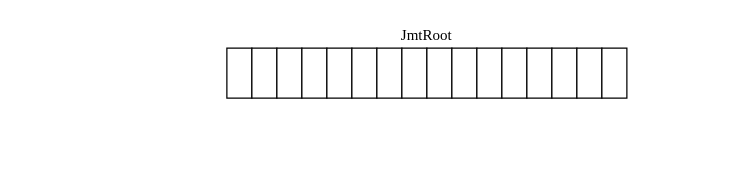
Earlier version of the draw.io diagram JMT.drawio (pietro-celati/Jellyfish-Merkle-Tree). Source tidied: cells renumbered, new cells numbered last; positions are measured from the earlier drawing's top-left corner, leaving out a move shared by most shapes. Both pictures are drawn from the tidied source at 125%, with x=0, y=0 at pixel (226, 22).
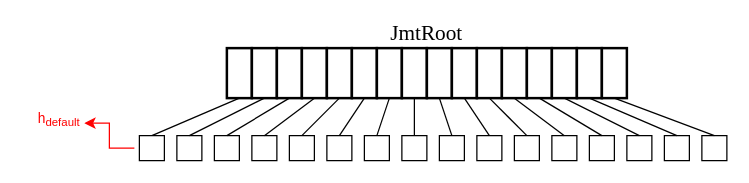
Above is the later version.

Diff of the diagram source:
```diff
@@
-    <mxCell id="2" style="group;" parent="1" vertex="1">
+    <mxCell id="2" style="group;strokeWidth=2;" parent="1" vertex="1">
       <mxGeometry y="20" width="320" height="40" as="geometry" />
     </mxCell>
-    <mxCell id="3" style="rounded=0;whiteSpace=wrap;html=1;" parent="2" vertex="1">
+    <mxCell id="3" style="rounded=0;whiteSpace=wrap;html=1;strokeWidth=2;" parent="2" vertex="1">
       <mxGeometry width="20" height="40" as="geometry" />
     </mxCell>
-    <mxCell id="4" style="rounded=0;whiteSpace=wrap;html=1;" parent="2" vertex="1">
+    <mxCell id="4" style="rounded=0;whiteSpace=wrap;html=1;strokeWidth=2;" parent="2" vertex="1">
       <mxGeometry x="20" width="20" height="40" as="geometry" />
     </mxCell>
-    <mxCell id="5" style="rounded=0;whiteSpace=wrap;html=1;" parent="2" vertex="1">
+    <mxCell id="5" style="rounded=0;whiteSpace=wrap;html=1;strokeWidth=2;" parent="2" vertex="1">
       <mxGeometry x="40" width="20" height="40" as="geometry" />
     </mxCell>
-    <mxCell id="6" style="rounded=0;whiteSpace=wrap;html=1;" parent="2" vertex="1">
+    <mxCell id="6" style="rounded=0;whiteSpace=wrap;html=1;strokeWidth=2;" parent="2" vertex="1">
       <mxGeometry x="60" width="20" height="40" as="geometry" />
     </mxCell>
-    <mxCell id="7" style="rounded=0;whiteSpace=wrap;html=1;" parent="2" vertex="1">
+    <mxCell id="7" style="rounded=0;whiteSpace=wrap;html=1;strokeWidth=2;" parent="2" vertex="1">
       <mxGeometry x="80" width="20" height="40" as="geometry" />
     </mxCell>
-    <mxCell id="8" style="rounded=0;whiteSpace=wrap;html=1;" parent="2" vertex="1">
+    <mxCell id="8" style="rounded=0;whiteSpace=wrap;html=1;strokeWidth=2;" parent="2" vertex="1">
       <mxGeometry x="100" width="20" height="40" as="geometry" />
     </mxCell>
-    <mxCell id="9" style="rounded=0;whiteSpace=wrap;html=1;" parent="2" vertex="1">
+    <mxCell id="9" style="rounded=0;whiteSpace=wrap;html=1;strokeWidth=2;" parent="2" vertex="1">
       <mxGeometry x="120" width="20" height="40" as="geometry" />
     </mxCell>
-    <mxCell id="10" style="rounded=0;whiteSpace=wrap;html=1;" parent="2" vertex="1">
+    <mxCell id="10" style="rounded=0;whiteSpace=wrap;html=1;strokeWidth=2;" parent="2" vertex="1">
       <mxGeometry x="140" width="20" height="40" as="geometry" />
     </mxCell>
-    <mxCell id="11" style="rounded=0;whiteSpace=wrap;html=1;" parent="2" vertex="1">
+    <mxCell id="11" style="rounded=0;whiteSpace=wrap;html=1;strokeWidth=2;" parent="2" vertex="1">
       <mxGeometry x="160" width="20" height="40" as="geometry" />
     </mxCell>
-    <mxCell id="12" style="rounded=0;whiteSpace=wrap;html=1;" parent="2" vertex="1">
+    <mxCell id="12" style="rounded=0;whiteSpace=wrap;html=1;strokeWidth=2;" parent="2" vertex="1">
       <mxGeometry x="180" width="20" height="40" as="geometry" />
     </mxCell>
-    <mxCell id="13" style="rounded=0;whiteSpace=wrap;html=1;" parent="2" vertex="1">
+    <mxCell id="13" style="rounded=0;whiteSpace=wrap;html=1;strokeWidth=2;" parent="2" vertex="1">
       <mxGeometry x="200" width="20" height="40" as="geometry" />
     </mxCell>
-    <mxCell id="14" style="rounded=0;whiteSpace=wrap;html=1;" parent="2" vertex="1">
+    <mxCell id="14" style="rounded=0;whiteSpace=wrap;html=1;strokeWidth=2;" parent="2" vertex="1">
       <mxGeometry x="220" width="20" height="40" as="geometry" />
     </mxCell>
-    <mxCell id="15" style="rounded=0;whiteSpace=wrap;html=1;" parent="2" vertex="1">
+    <mxCell id="15" style="rounded=0;whiteSpace=wrap;html=1;strokeWidth=2;" parent="2" vertex="1">
       <mxGeometry x="240" width="20" height="40" as="geometry" />
     </mxCell>
-    <mxCell id="16" style="rounded=0;whiteSpace=wrap;html=1;" parent="2" vertex="1">
+    <mxCell id="16" style="rounded=0;whiteSpace=wrap;html=1;strokeWidth=2;" parent="2" vertex="1">
       <mxGeometry x="260" width="20" height="40" as="geometry" />
     </mxCell>
-    <mxCell id="17" style="rounded=0;whiteSpace=wrap;html=1;" parent="2" vertex="1">
+    <mxCell id="17" style="rounded=0;whiteSpace=wrap;html=1;strokeWidth=2;" parent="2" vertex="1">
       <mxGeometry x="280" width="20" height="40" as="geometry" />
     </mxCell>
-    <mxCell id="18" style="rounded=0;whiteSpace=wrap;html=1;" parent="2" vertex="1">
+    <mxCell id="18" style="rounded=0;whiteSpace=wrap;html=1;strokeWidth=2;" parent="2" vertex="1">
       <mxGeometry x="300" width="20" height="40" as="geometry" />
     </mxCell>
-    <mxCell id="19" value="JmtRoot" style="text;html=1;align=center;verticalAlign=middle;whiteSpace=wrap;rounded=0;fontFamily=Times New Roman;" parent="1" vertex="1">
-      <mxGeometry x="130" width="60" height="20" as="geometry" />
+    <mxCell id="19" value="JmtRoot" style="text;html=1;align=center;verticalAlign=middle;whiteSpace=wrap;rounded=0;fontFamily=Times New Roman;fontSize=17;" parent="1" vertex="1">
+      <mxGeometry x="130" y="-1" width="60" height="20" as="geometry" />
     </mxCell>
+    <mxCell id="20" style="endArrow=none;html=1;rounded=0;exitX=0.5;exitY=0;exitDx=0;exitDy=0;entryX=0.5;entryY=1;entryDx=0;entryDy=0;" parent="1" edge="1" source="21" target="3">
+      <mxGeometry relative="1" as="geometry" />
+    </mxCell>
+    <mxCell id="21" style="rounded=0;whiteSpace=wrap;html=1;" parent="1" vertex="1">
+      <mxGeometry x="-70" y="90" width="20" height="20" as="geometry" />
+    </mxCell>
+    <mxCell id="22" style="rounded=0;whiteSpace=wrap;html=1;" parent="1" vertex="1">
+      <mxGeometry x="-40" y="90" width="20" height="20" as="geometry" />
+    </mxCell>
+    <mxCell id="23" style="endArrow=none;html=1;rounded=0;entryX=0.5;entryY=1;entryDx=0;entryDy=0;exitX=0.5;exitY=0;exitDx=0;exitDy=0;" parent="1" edge="1" source="22" target="4">
+      <mxGeometry relative="1" as="geometry" />
+    </mxCell>
+    <mxCell id="24" style="rounded=0;whiteSpace=wrap;html=1;" parent="1" vertex="1">
+      <mxGeometry x="-10" y="90" width="20" height="20" as="geometry" />
+    </mxCell>
+    <mxCell id="25" style="endArrow=none;html=1;rounded=0;entryX=0.5;entryY=1;entryDx=0;entryDy=0;exitX=0.5;exitY=0;exitDx=0;exitDy=0;" parent="1" edge="1" source="24" target="5">
+      <mxGeometry relative="1" as="geometry" />
+    </mxCell>
+    <mxCell id="26" style="rounded=0;whiteSpace=wrap;html=1;" parent="1" vertex="1">
+      <mxGeometry x="20" y="90" width="20" height="20" as="geometry" />
+    </mxCell>
+    <mxCell id="27" style="endArrow=none;html=1;rounded=0;entryX=0.5;entryY=1;entryDx=0;entryDy=0;exitX=0.5;exitY=0;exitDx=0;exitDy=0;" parent="1" edge="1" source="26" target="6">
+      <mxGeometry relative="1" as="geometry" />
+    </mxCell>
+    <mxCell id="28" style="rounded=0;whiteSpace=wrap;html=1;" parent="1" vertex="1">
+      <mxGeometry x="50" y="90" width="20" height="20" as="geometry" />
+    </mxCell>
+    <mxCell id="29" style="endArrow=none;html=1;rounded=0;entryX=0.5;entryY=1;entryDx=0;entryDy=0;exitX=0.5;exitY=0;exitDx=0;exitDy=0;" parent="1" edge="1" source="28" target="7">
+      <mxGeometry relative="1" as="geometry" />
+    </mxCell>
+    <mxCell id="30" style="rounded=0;whiteSpace=wrap;html=1;" parent="1" vertex="1">
+      <mxGeometry x="80" y="90" width="20" height="20" as="geometry" />
+    </mxCell>
+    <mxCell id="31" style="endArrow=none;html=1;rounded=0;entryX=0.5;entryY=1;entryDx=0;entryDy=0;exitX=0.5;exitY=0;exitDx=0;exitDy=0;" parent="1" edge="1" source="30" target="8">
+      <mxGeometry relative="1" as="geometry" />
+    </mxCell>
+    <mxCell id="32" style="rounded=0;whiteSpace=wrap;html=1;" parent="1" vertex="1">
+      <mxGeometry x="110" y="90" width="20" height="20" as="geometry" />
+    </mxCell>
+    <mxCell id="33" style="endArrow=none;html=1;rounded=0;entryX=0.5;entryY=1;entryDx=0;entryDy=0;exitX=0.5;exitY=0;exitDx=0;exitDy=0;" parent="1" edge="1" source="32" target="9">
+      <mxGeometry relative="1" as="geometry" />
+    </mxCell>
+    <mxCell id="34" style="rounded=0;whiteSpace=wrap;html=1;" parent="1" vertex="1">
+      <mxGeometry x="140" y="90" width="20" height="20" as="geometry" />
+    </mxCell>
+    <mxCell id="35" style="endArrow=none;html=1;rounded=0;entryX=0.5;entryY=1;entryDx=0;entryDy=0;exitX=0.5;exitY=0;exitDx=0;exitDy=0;" parent="1" edge="1" source="34" target="10">
+      <mxGeometry relative="1" as="geometry" />
+    </mxCell>
+    <mxCell id="36" style="rounded=0;whiteSpace=wrap;html=1;" parent="1" vertex="1">
+      <mxGeometry x="170" y="90" width="20" height="20" as="geometry" />
+    </mxCell>
+    <mxCell id="37" style="endArrow=none;html=1;rounded=0;entryX=0.5;entryY=1;entryDx=0;entryDy=0;exitX=0.5;exitY=0;exitDx=0;exitDy=0;" parent="1" edge="1" source="36" target="11">
+      <mxGeometry relative="1" as="geometry" />
+    </mxCell>
+    <mxCell id="38" style="rounded=0;whiteSpace=wrap;html=1;" parent="1" vertex="1">
+      <mxGeometry x="200" y="90" width="20" height="20" as="geometry" />
+    </mxCell>
+    <mxCell id="39" style="endArrow=none;html=1;rounded=0;entryX=0.5;entryY=1;entryDx=0;entryDy=0;exitX=0.5;exitY=0;exitDx=0;exitDy=0;" parent="1" edge="1" source="38" target="12">
+      <mxGeometry relative="1" as="geometry" />
+    </mxCell>
+    <mxCell id="40" style="rounded=0;whiteSpace=wrap;html=1;" parent="1" vertex="1">
+      <mxGeometry x="230" y="90" width="20" height="20" as="geometry" />
+    </mxCell>
+    <mxCell id="41" style="rounded=0;whiteSpace=wrap;html=1;" parent="1" vertex="1">
+      <mxGeometry x="260" y="90" width="20" height="20" as="geometry" />
+    </mxCell>
+    <mxCell id="42" style="rounded=0;whiteSpace=wrap;html=1;" parent="1" vertex="1">
+      <mxGeometry x="290" y="90" width="20" height="20" as="geometry" />
+    </mxCell>
+    <mxCell id="43" style="endArrow=none;html=1;rounded=0;entryX=0.5;entryY=1;entryDx=0;entryDy=0;exitX=0.5;exitY=0;exitDx=0;exitDy=0;" parent="1" edge="1" source="40" target="13">
+      <mxGeometry relative="1" as="geometry" />
+    </mxCell>
+    <mxCell id="44" style="rounded=0;whiteSpace=wrap;html=1;" parent="1" vertex="1">
+      <mxGeometry x="320" y="90" width="20" height="20" as="geometry" />
+    </mxCell>
+    <mxCell id="45" style="endArrow=none;html=1;rounded=0;entryX=0.5;entryY=1;entryDx=0;entryDy=0;exitX=0.5;exitY=0;exitDx=0;exitDy=0;" parent="1" edge="1" source="41" target="14">
+      <mxGeometry relative="1" as="geometry" />
+    </mxCell>
+    <mxCell id="46" style="endArrow=none;html=1;rounded=0;entryX=0.5;entryY=1;entryDx=0;entryDy=0;exitX=0.5;exitY=0;exitDx=0;exitDy=0;" parent="1" edge="1" source="42" target="15">
+      <mxGeometry relative="1" as="geometry" />
+    </mxCell>
+    <mxCell id="47" style="endArrow=none;html=1;rounded=0;entryX=0.5;entryY=1;entryDx=0;entryDy=0;exitX=0.5;exitY=0;exitDx=0;exitDy=0;" parent="1" edge="1" source="44" target="16">
+      <mxGeometry relative="1" as="geometry" />
+    </mxCell>
+    <mxCell id="48" style="rounded=0;whiteSpace=wrap;html=1;" parent="1" vertex="1">
+      <mxGeometry x="380" y="90" width="20" height="20" as="geometry" />
+    </mxCell>
+    <mxCell id="49" style="rounded=0;whiteSpace=wrap;html=1;" parent="1" vertex="1">
+      <mxGeometry x="350" y="90" width="20" height="20" as="geometry" />
+    </mxCell>
+    <mxCell id="50" style="endArrow=none;html=1;rounded=0;entryX=0.5;entryY=1;entryDx=0;entryDy=0;exitX=0.5;exitY=0;exitDx=0;exitDy=0;" parent="1" edge="1" source="49" target="17">
+      <mxGeometry relative="1" as="geometry" />
+    </mxCell>
+    <mxCell id="51" style="endArrow=none;html=1;rounded=0;entryX=0.5;entryY=1;entryDx=0;entryDy=0;exitX=0.5;exitY=0;exitDx=0;exitDy=0;" parent="1" edge="1" source="48" target="18">
+      <mxGeometry relative="1" as="geometry" />
+    </mxCell>
+    <mxCell id="52" style="endArrow=classic;html=1;rounded=0;exitX=0;exitY=0.5;exitDx=0;exitDy=0;fontColor=#FF0000;labelBackgroundColor=#FF0000;fillColor=#f8cecc;strokeColor=#FF0000;" parent="1" edge="1">
+      <mxGeometry relative="1" as="geometry">
+        <mxPoint x="-74" y="100" as="sourcePoint" />
+        <mxPoint x="-114" y="80" as="targetPoint" />
+        <Array as="points">
+          <mxPoint x="-94" y="100" />
+          <mxPoint x="-94" y="80" />
+        </Array>
+      </mxGeometry>
+    </mxCell>
+    <mxCell id="53" value="&lt;font style=&quot;color: rgb(255, 0, 0);&quot;&gt;h&lt;sub&gt;default&lt;/sub&gt;&lt;/font&gt;" style="text;html=1;align=center;verticalAlign=middle;whiteSpace=wrap;rounded=0;fontSize=11;" parent="1" vertex="1">
+      <mxGeometry x="-164" y="63" width="60" height="30" as="geometry" />
+    </mxCell>
```
